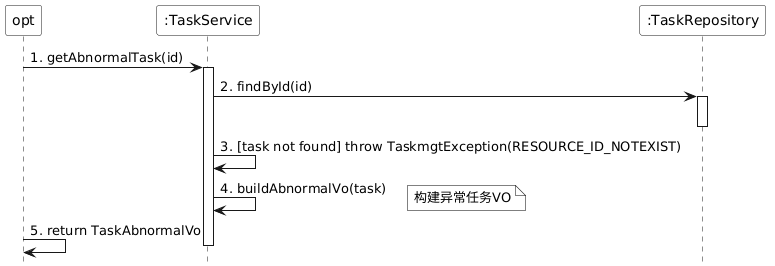
Above: doc/taskmgt/png/sequence/getAbnormalTaskSequence.png in laborday922/RobotBackendManagementSystem (PlantUML), before the change.
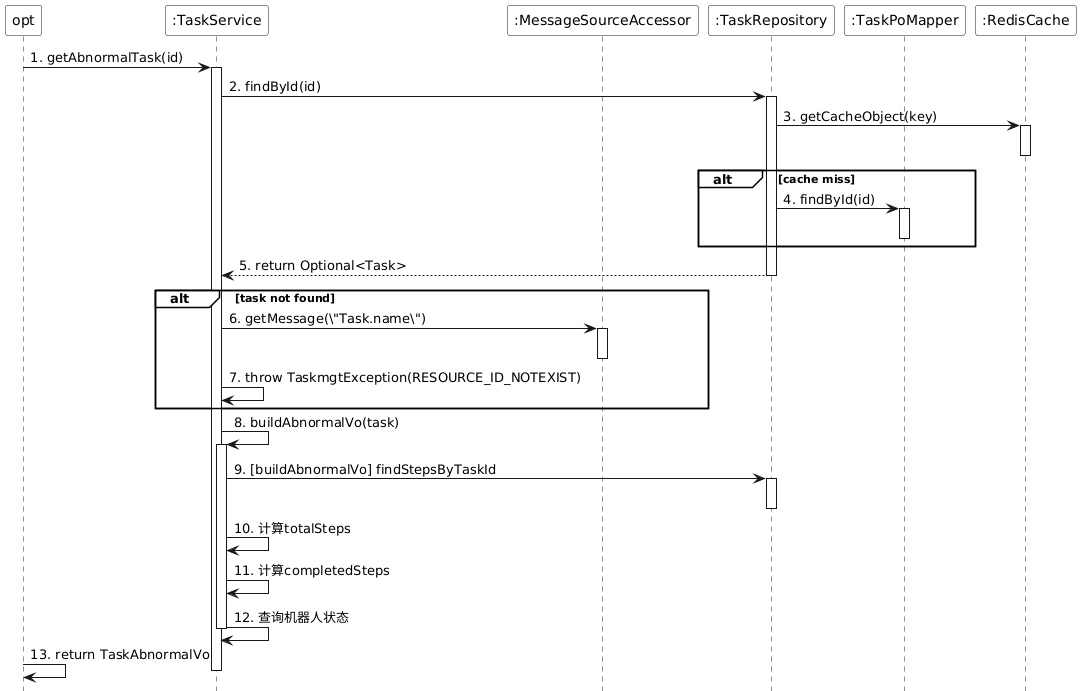
Later version of the same file.

Change to the diagram source:
```diff
@@ -10,21 +10,44 @@
 
 participant "opt" as opt
 participant ":TaskService" as TaskService
+participant ":MessageSourceAccessor" as MessageSource
 participant ":TaskRepository" as TaskRepository
+participant ":TaskPoMapper" as TaskPoMapper
+participant ":RedisCache" as RedisCache
 
 opt -> TaskService : 1. getAbnormalTask(id)
 activate TaskService
 
 TaskService -> TaskRepository : 2. findById(id)
 activate TaskRepository
+TaskRepository -> RedisCache : 3. getCacheObject(key)
+activate RedisCache
+deactivate RedisCache
+alt cache miss
+    TaskRepository -> TaskPoMapper : 4. findById(id)
+    activate TaskPoMapper
+    deactivate TaskPoMapper
+end
+TaskRepository --> TaskService : 5. return Optional<Task>
 deactivate TaskRepository
 
-TaskService -> TaskService : 3. [task not found] throw TaskmgtException(RESOURCE_ID_NOTEXIST)
+alt task not found
+    TaskService -> MessageSource : 6. getMessage(\"Task.name\")
+    activate MessageSource
+    deactivate MessageSource
+    TaskService -> TaskService : 7. throw TaskmgtException(RESOURCE_ID_NOTEXIST)
+end
 
-TaskService -> TaskService : 4. buildAbnormalVo(task)
-note right : 构建异常任务VO
+TaskService -> TaskService : 8. buildAbnormalVo(task)
+activate TaskService
+TaskService -> TaskRepository : 9. [buildAbnormalVo] findStepsByTaskId
+activate TaskRepository
+deactivate TaskRepository
+TaskService -> TaskService : 10. 计算totalSteps
+TaskService -> TaskService : 11. 计算completedSteps
+TaskService -> TaskService : 12. 查询机器人状态
+deactivate TaskService
 
-opt -> opt : 5. return TaskAbnormalVo
-
+opt -> opt : 13. return TaskAbnormalVo
 deactivate TaskService
 @enduml
```
